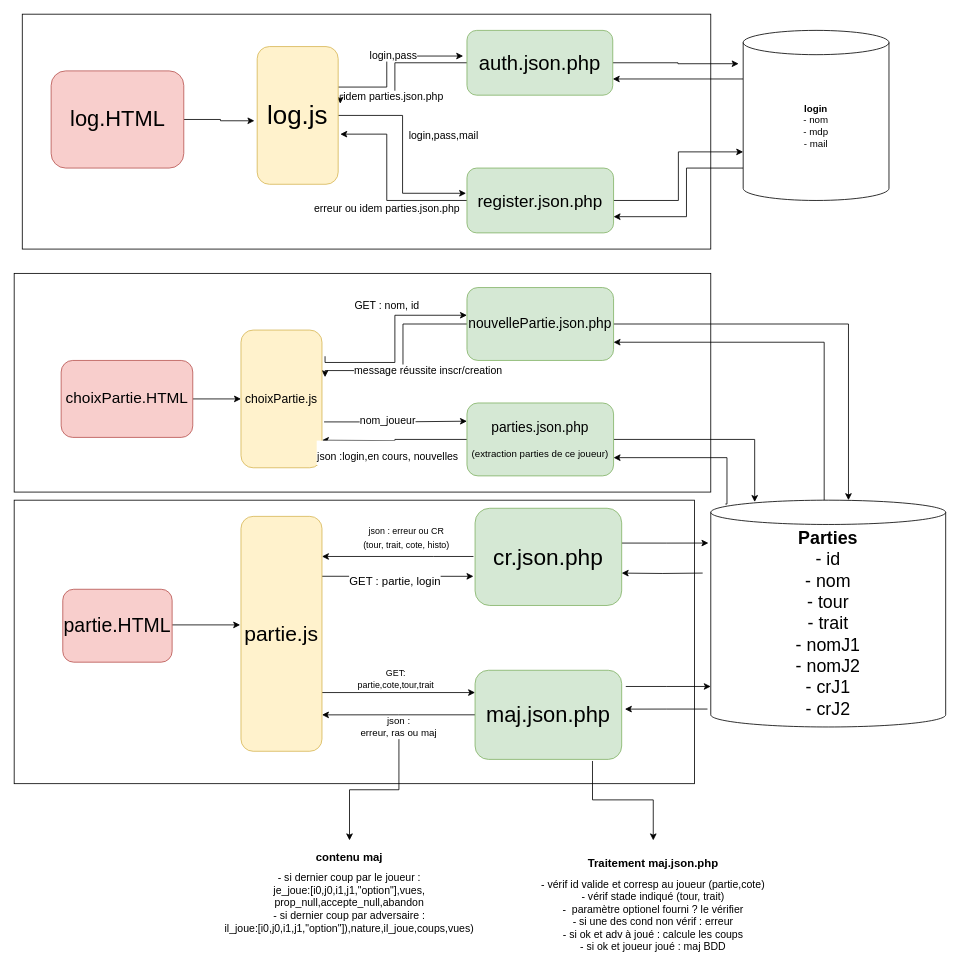
Earlier version of the draw.io diagram Untitled Diagram.drawio (Maximory77/projet-web-mapping-echecs). Source tidied: cells renumbered, new cells numbered last; positions are measured from the earlier drawing's top-left corner, leaving out a move shared by most shapes. Both pictures are drawn from the tidied source at 81%, with x=0, y=0 at pixel (14, 14).
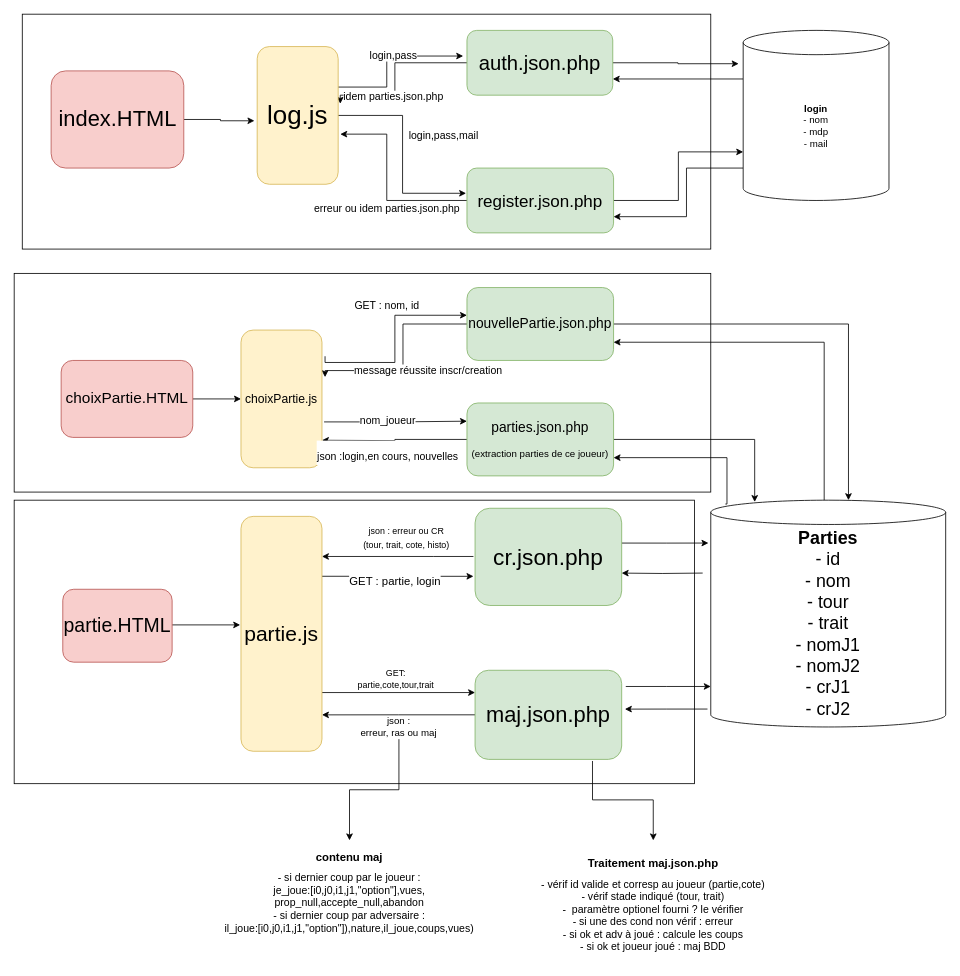
The same diagram, later.

The edit, as a diff of the source:
```diff
@@
-    <mxCell id="9" value="&lt;font style=&quot;font-size: 27px&quot;&gt;log.HTML&lt;/font&gt;" style="rounded=1;whiteSpace=wrap;html=1;fillColor=#f8cecc;strokeColor=#b85450;" parent="1" vertex="1">
+    <mxCell id="9" value="&lt;font style=&quot;font-size: 27px&quot;&gt;index.HTML&lt;/font&gt;" style="rounded=1;whiteSpace=wrap;html=1;fillColor=#f8cecc;strokeColor=#b85450;" parent="1" vertex="1">
       <mxGeometry x="45.6" y="70" width="163.8" height="120" as="geometry" />
     </mxCell>
```
